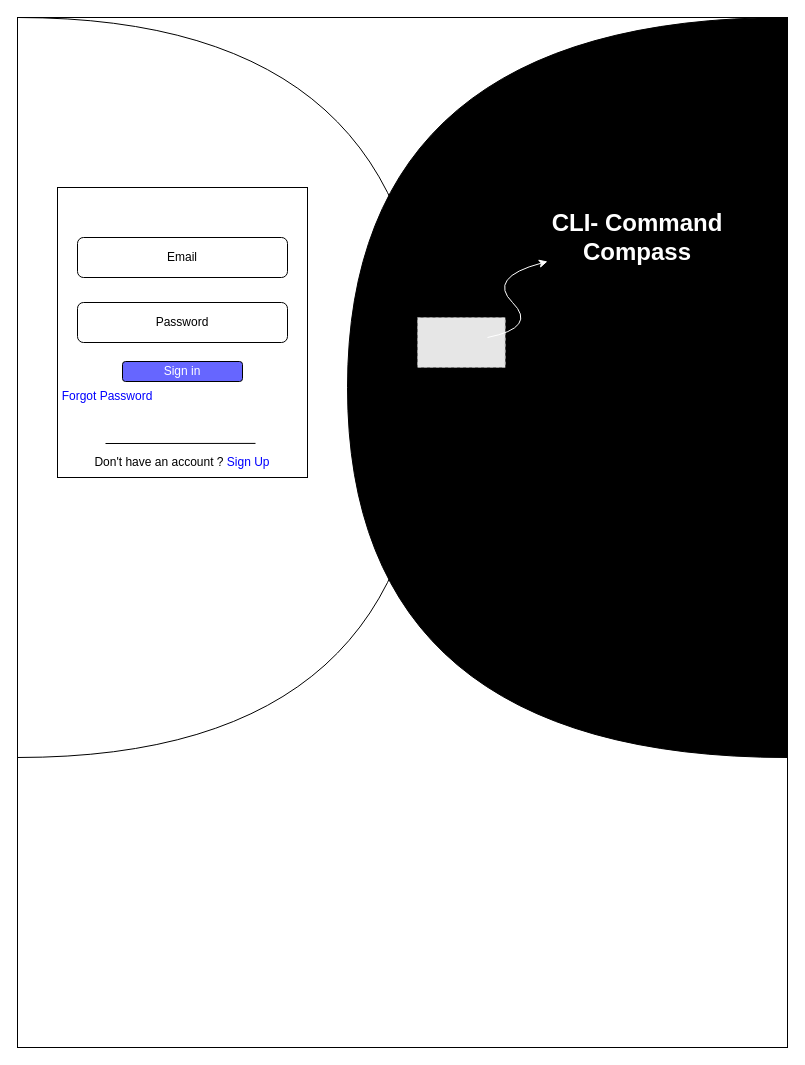
Above: design/wireframes/login-page/login-page.drawio in Command-Compass/Development-Documentation (draw.io), before the change. Source tidied: cells renumbered, new cells numbered last; positions are measured from the earlier drawing's top-left corner, leaving out a move shared by most shapes. Both pictures are drawn from the tidied source at 100%, with x=0, y=0 at pixel (17, 17). Pictures stored in the file or linked from it are replaced by grey dashed boxes.
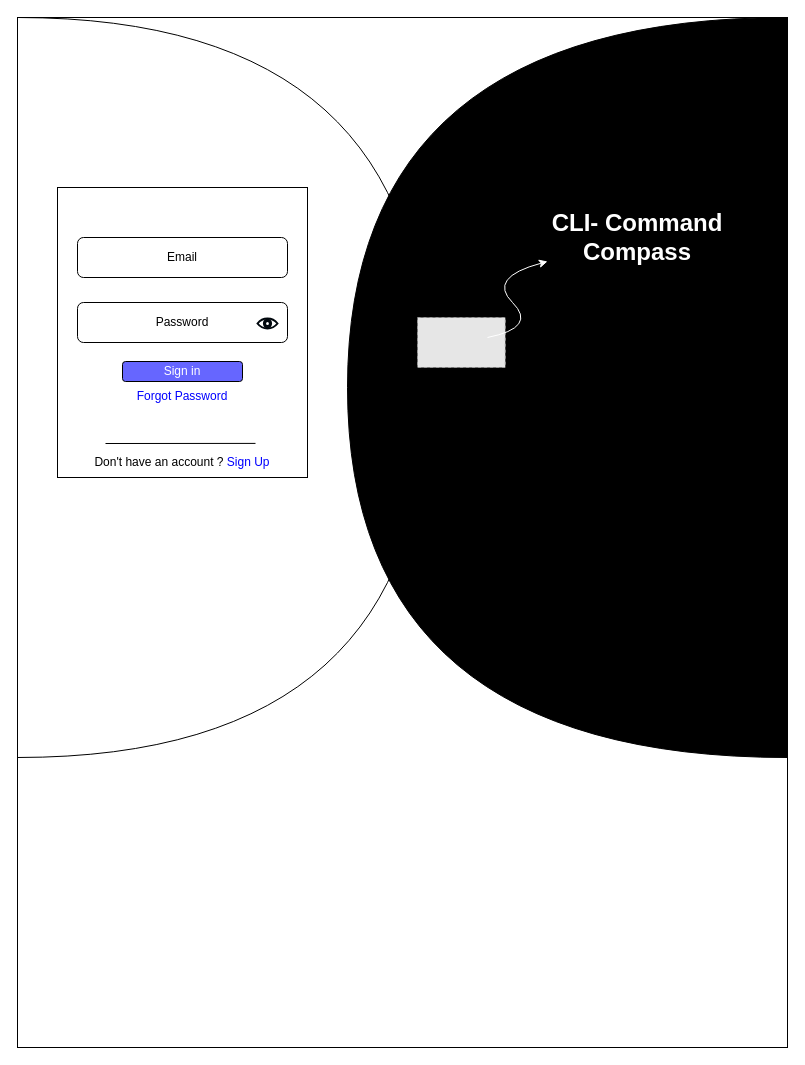
The same page after the edit.

Change to the diagram source:
```diff
@@
 <mxGraphModel>
   <root>
     <mxCell id="0" />
     <mxCell id="1" parent="0" />
     <mxCell id="2" style="shape=or;whiteSpace=wrap;html=1;" parent="1" vertex="1">
       <mxGeometry width="410" height="740" as="geometry" />
     </mxCell>
     <mxCell id="3" style="rounded=0;whiteSpace=wrap;html=1;fillColor=none;gradientColor=none;gradientDirection=east;" parent="1" vertex="1">
       <mxGeometry width="770" height="1030" as="geometry" />
     </mxCell>
     <mxCell id="4" style="rounded=0;whiteSpace=wrap;html=1;fillColor=#FFFFFF;" parent="1" vertex="1">
       <mxGeometry x="40" y="170" width="250" height="290" as="geometry" />
     </mxCell>
     <mxCell id="5" style="shape=or;whiteSpace=wrap;html=1;fillColor=#000000;rotation=-180;" parent="1" vertex="1">
       <mxGeometry x="330" width="440" height="740" as="geometry" />
     </mxCell>
     <mxCell id="6" value="Email" style="rounded=1;whiteSpace=wrap;html=1;fillColor=none;" parent="1" vertex="1">
       <mxGeometry x="60" y="220" width="210" height="40" as="geometry" />
     </mxCell>
     <mxCell id="7" value="Password" style="rounded=1;whiteSpace=wrap;html=1;fillColor=none;" parent="1" vertex="1">
       <mxGeometry x="60" y="285" width="210" height="40" as="geometry" />
     </mxCell>
     <mxCell id="8" value="&lt;font color=&quot;#ffffff&quot;&gt;Sign in&lt;/font&gt;" style="rounded=1;whiteSpace=wrap;html=1;fillColor=#6666FF;" parent="1" vertex="1">
       <mxGeometry x="105" y="344" width="120" height="20" as="geometry" />
     </mxCell>
     <mxCell id="9" value="Don't have an account ? &lt;font color=&quot;#0000ff&quot;&gt;Sign Up&lt;/font&gt;" style="text;html=1;strokeColor=none;fillColor=none;align=center;verticalAlign=middle;whiteSpace=wrap;rounded=0;" parent="1" vertex="1">
       <mxGeometry x="50" y="440" width="230" height="10" as="geometry" />
     </mxCell>
     <mxCell id="10" value="&lt;h6 style=&quot;line-height: 320%;&quot;&gt;&lt;span style=&quot;font-weight: normal;&quot;&gt;&lt;font style=&quot;font-size: 12px;&quot; color=&quot;#0000ff&quot;&gt;Forgot Password&lt;/font&gt;&lt;/span&gt;&lt;/h6&gt;" style="text;html=1;strokeColor=none;fillColor=none;align=center;verticalAlign=middle;whiteSpace=wrap;rounded=0;" parent="1" vertex="1">
-      <mxGeometry x="20" y="340" width="140" height="80" as="geometry" />
+      <mxGeometry x="95" y="340" width="140" height="80" as="geometry" />
     </mxCell>
     <mxCell id="11" style="endArrow=none;html=1;entryX=0.6;entryY=0.848;entryDx=0;entryDy=0;entryPerimeter=0;" parent="1" edge="1">
       <mxGeometry relative="1" as="geometry">
         <mxPoint x="88" y="426" as="sourcePoint" />
         <mxPoint x="238" y="425.9" as="targetPoint" />
       </mxGeometry>
     </mxCell>
     <mxCell id="12" value="&lt;h1&gt;&lt;font color=&quot;#ffffff&quot;&gt;CLI- Command Compass&lt;/font&gt;&lt;/h1&gt;" style="text;html=1;strokeColor=none;fillColor=none;align=center;verticalAlign=middle;whiteSpace=wrap;rounded=0;fontSize=12;fontColor=#0000FF;" parent="1" vertex="1">
       <mxGeometry x="530" y="190" width="180" height="60" as="geometry" />
     </mxCell>
     <mxCell id="13" style="fillColor=#E6E6E6;strokeColor=#999999;dashed=1;verticalLabelPosition=bottom;labelBackgroundColor=default;verticalAlign=top;" parent="1" vertex="1">
       <mxGeometry x="400" y="300" width="87.8" height="50" as="geometry" />
     </mxCell>
     <mxCell id="14" style="curved=1;endArrow=classic;html=1;fontSize=12;fontColor=#FFFFFF;strokeColor=#FFFFFF;" parent="1" edge="1" target="12">
       <mxGeometry relative="1" as="geometry">
         <mxPoint x="470" y="320" as="sourcePoint" />
         <Array as="points">
           <mxPoint x="520" y="310" />
           <mxPoint x="470" y="260" />
         </Array>
       </mxGeometry>
     </mxCell>
+    <mxCell id="15" style="html=1;verticalLabelPosition=bottom;align=center;labelBackgroundColor=#ffffff;verticalAlign=top;strokeWidth=2;strokeColor=#00070D;shadow=0;dashed=0;shape=mxgraph.ios7.icons.eye;fillColor=#FFF;" parent="1" vertex="1">
+      <mxGeometry x="240" y="301" width="20" height="10" as="geometry" />
+    </mxCell>
   </root>
 </mxGraphModel>
```
